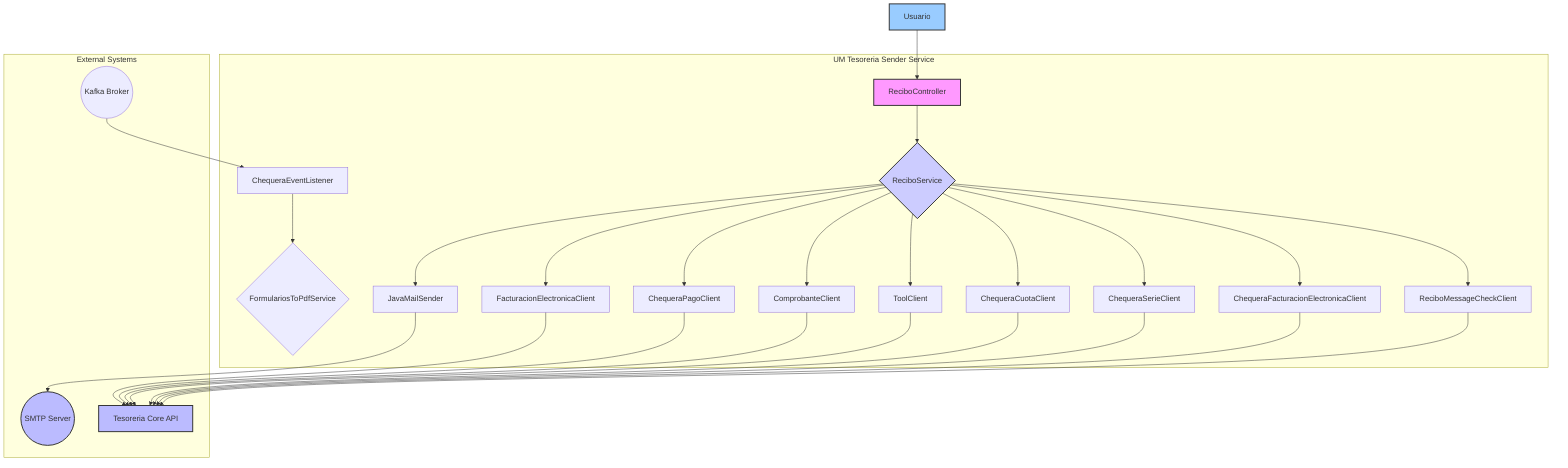
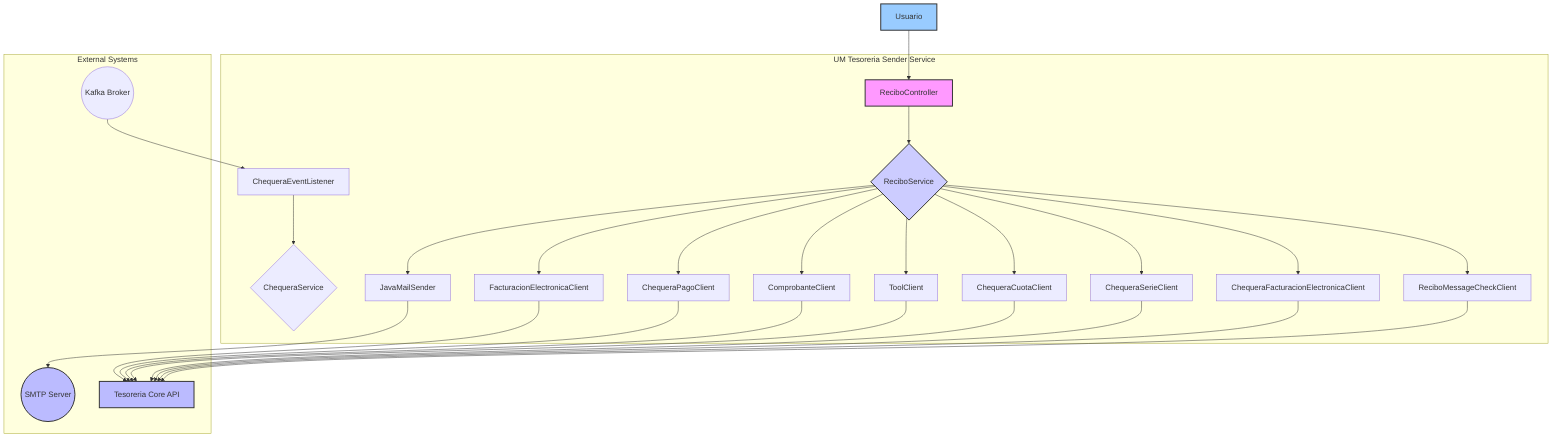
graph TD
    subgraph "UM Tesoreria Sender Service"
        A[ReciboController] --> B{ReciboService};
        B --> C[JavaMailSender];
        B --> D[FacturacionElectronicaClient];
        B --> E[ChequeraPagoClient];
        B --> F[ComprobanteClient];
        B --> G[ToolClient];
        B --> H[ChequeraCuotaClient];
        B --> I[ChequeraSerieClient];
        B --> J[ChequeraFacturacionElectronicaClient];
        B --> K[ReciboMessageCheckClient];
-         N[ChequeraEventListener] --> O{FormulariosToPdfService};
+         N[ChequeraEventListener] --> O{ChequeraService};
    end

    subgraph "External Systems"
        C --> L((SMTP Server));
        D --> M[Tesoreria Core API];
        E --> M;
        F --> M;
        G --> M;
        H --> M;
        I --> M;
        J --> M;
        K --> M;
        P((Kafka Broker)) --> N;
    end

    U[Usuario] --> A;

    style A fill:#f9f,stroke:#333,stroke-width:2px;
    style B fill:#ccf,stroke:#333,stroke-width:2px;
    style L fill:#bbf,stroke:#333,stroke-width:2px;
    style M fill:#bbf,stroke:#333,stroke-width:2px;
    style U fill:#9cf,stroke:#333,stroke-width:2px;